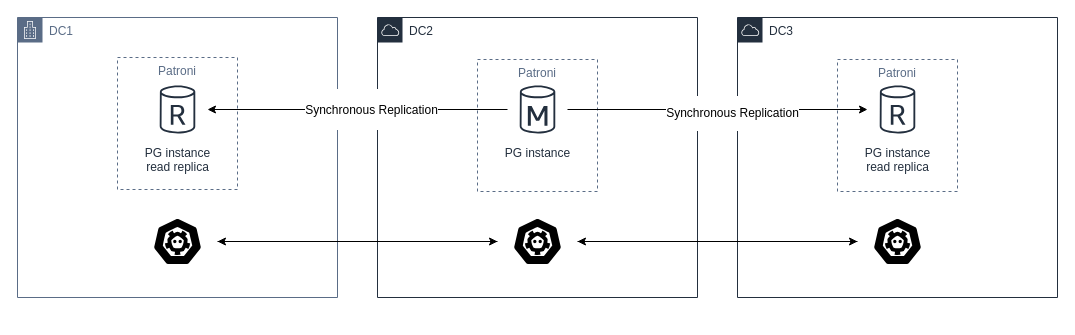
Before: docs/_static/multi-dc-synchronous-replication.drawio in patroni/patroni, a draw.io diagram. Source tidied: cells renumbered, new cells numbered last; positions are measured from the earlier drawing's top-left corner, leaving out a move shared by most shapes. Both pictures are drawn from the tidied source at 100%, with x=0, y=0 at pixel (17, 17).
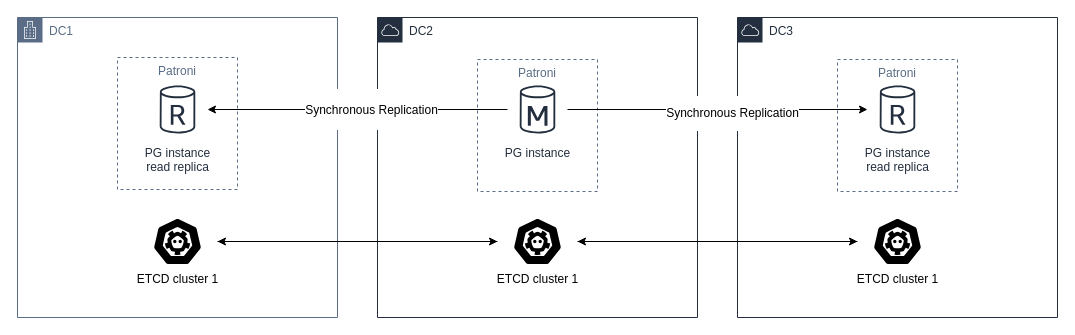
The same page after the edit.

Commit message (it also covers changes not shown here):
update static diagrams

Diff of the diagram source:
```diff
@@
     <mxCell id="2" value="DC2" style="gradientColor=none;html=1;whiteSpace=wrap;fontSize=12;fontStyle=0;shape=mxgraph.aws4.group;grIcon=mxgraph.aws4.group_aws_cloud;strokeColor=#232F3E;fillColor=none;verticalAlign=top;align=left;spacingLeft=30;fontColor=#232F3E;dashed=0;" parent="1" vertex="1">
-      <mxGeometry x="360" width="320" height="280" as="geometry" />
+      <mxGeometry x="360" width="320" height="300" as="geometry" />
     </mxCell>
@@
-    <mxCell id="4" style="sketch=0;html=1;dashed=0;whitespace=wrap;fillColor=#000000;strokeColor=#ffffff;points=[[0.005,0.63,0],[0.1,0.2,0],[0.9,0.2,0],[0.5,0,0],[0.995,0.63,0],[0.72,0.99,0],[0.5,1,0],[0.28,0.99,0]];verticalLabelPosition=bottom;align=center;verticalAlign=top;shape=mxgraph.kubernetes.icon;prIcon=etcd;" parent="2" vertex="1">
+    <mxCell id="4" value="ETCD cluster 1" style="sketch=0;html=1;dashed=0;whitespace=wrap;fillColor=#000000;strokeColor=#ffffff;points=[[0.005,0.63,0],[0.1,0.2,0],[0.9,0.2,0],[0.5,0,0],[0.995,0.63,0],[0.72,0.99,0],[0.5,1,0],[0.28,0.99,0]];verticalLabelPosition=bottom;align=center;verticalAlign=top;shape=mxgraph.kubernetes.icon;prIcon=etcd;" parent="2" vertex="1">
       <mxGeometry x="120" y="200" width="80" height="48" as="geometry" />
     </mxCell>
@@
     <mxCell id="6" value="DC1&lt;span style=&quot;white-space: pre;&quot;&gt;&#9;&lt;/span&gt;" style="gradientColor=none;html=1;whiteSpace=wrap;fontSize=12;fontStyle=0;shape=mxgraph.aws4.group;grIcon=mxgraph.aws4.group_corporate_data_center;strokeColor=#5A6C86;fillColor=none;verticalAlign=top;align=left;spacingLeft=30;fontColor=#5A6C86;dashed=0;" parent="1" vertex="1">
-      <mxGeometry width="320" height="280" as="geometry" />
+      <mxGeometry width="320" height="300" as="geometry" />
     </mxCell>
@@
-    <mxCell id="8" style="sketch=0;html=1;dashed=0;whitespace=wrap;fillColor=#000000;strokeColor=#ffffff;points=[[0.005,0.63,0],[0.1,0.2,0],[0.9,0.2,0],[0.5,0,0],[0.995,0.63,0],[0.72,0.99,0],[0.5,1,0],[0.28,0.99,0]];verticalLabelPosition=bottom;align=center;verticalAlign=top;shape=mxgraph.kubernetes.icon;prIcon=etcd;" parent="6" vertex="1">
+    <mxCell id="8" value="ETCD cluster 1" style="sketch=0;html=1;dashed=0;whitespace=wrap;fillColor=#000000;strokeColor=#ffffff;points=[[0.005,0.63,0],[0.1,0.2,0],[0.9,0.2,0],[0.5,0,0],[0.995,0.63,0],[0.72,0.99,0],[0.5,1,0],[0.28,0.99,0]];verticalLabelPosition=bottom;align=center;verticalAlign=top;shape=mxgraph.kubernetes.icon;prIcon=etcd;" parent="6" vertex="1">
       <mxGeometry x="120" y="200" width="80" height="48" as="geometry" />
     </mxCell>
@@
     <mxCell id="10" value="DC3" style="gradientColor=none;html=1;whiteSpace=wrap;fontSize=12;fontStyle=0;shape=mxgraph.aws4.group;grIcon=mxgraph.aws4.group_aws_cloud;strokeColor=#232F3E;fillColor=none;verticalAlign=top;align=left;spacingLeft=30;fontColor=#232F3E;dashed=0;" parent="1" vertex="1">
-      <mxGeometry x="720" width="320" height="280" as="geometry" />
+      <mxGeometry x="720" width="320" height="300" as="geometry" />
     </mxCell>
@@
-    <mxCell id="13" style="sketch=0;html=1;dashed=0;whitespace=wrap;fillColor=#000000;strokeColor=#ffffff;points=[[0.005,0.63,0],[0.1,0.2,0],[0.9,0.2,0],[0.5,0,0],[0.995,0.63,0],[0.72,0.99,0],[0.5,1,0],[0.28,0.99,0]];verticalLabelPosition=bottom;align=center;verticalAlign=top;shape=mxgraph.kubernetes.icon;prIcon=etcd;" parent="10" vertex="1">
+    <mxCell id="13" value="ETCD cluster 1" style="sketch=0;html=1;dashed=0;whitespace=wrap;fillColor=#000000;strokeColor=#ffffff;points=[[0.005,0.63,0],[0.1,0.2,0],[0.9,0.2,0],[0.5,0,0],[0.995,0.63,0],[0.72,0.99,0],[0.5,1,0],[0.28,0.99,0]];verticalLabelPosition=bottom;align=center;verticalAlign=top;shape=mxgraph.kubernetes.icon;prIcon=etcd;" parent="10" vertex="1">
       <mxGeometry x="120" y="200" width="80" height="48" as="geometry" />
     </mxCell>
```
